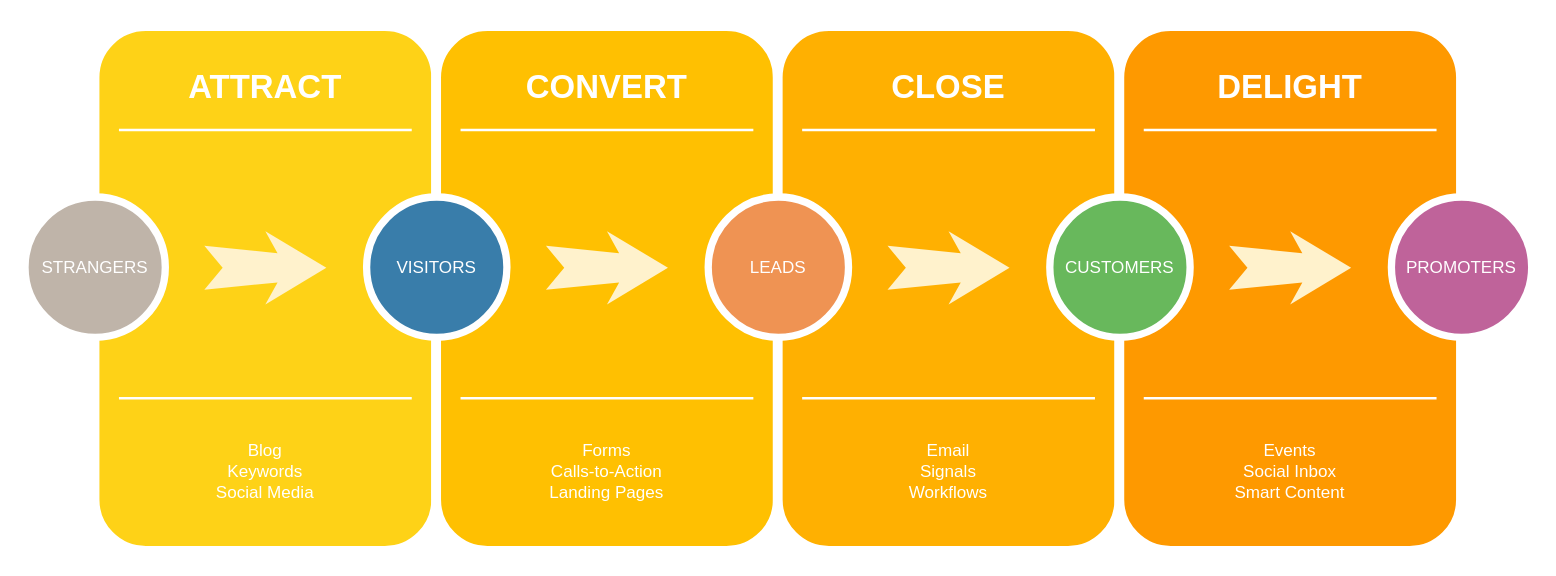
Before: docs/Untitled Diagram.drawio in ambianic/ambianic-edge, a draw.io diagram. Source tidied: cells renumbered, new cells numbered last; positions are measured from the earlier drawing's top-left corner, leaving out a move shared by most shapes. Both pictures are drawn from the tidied source at 122%, with x=0, y=0 at pixel (24, 26).
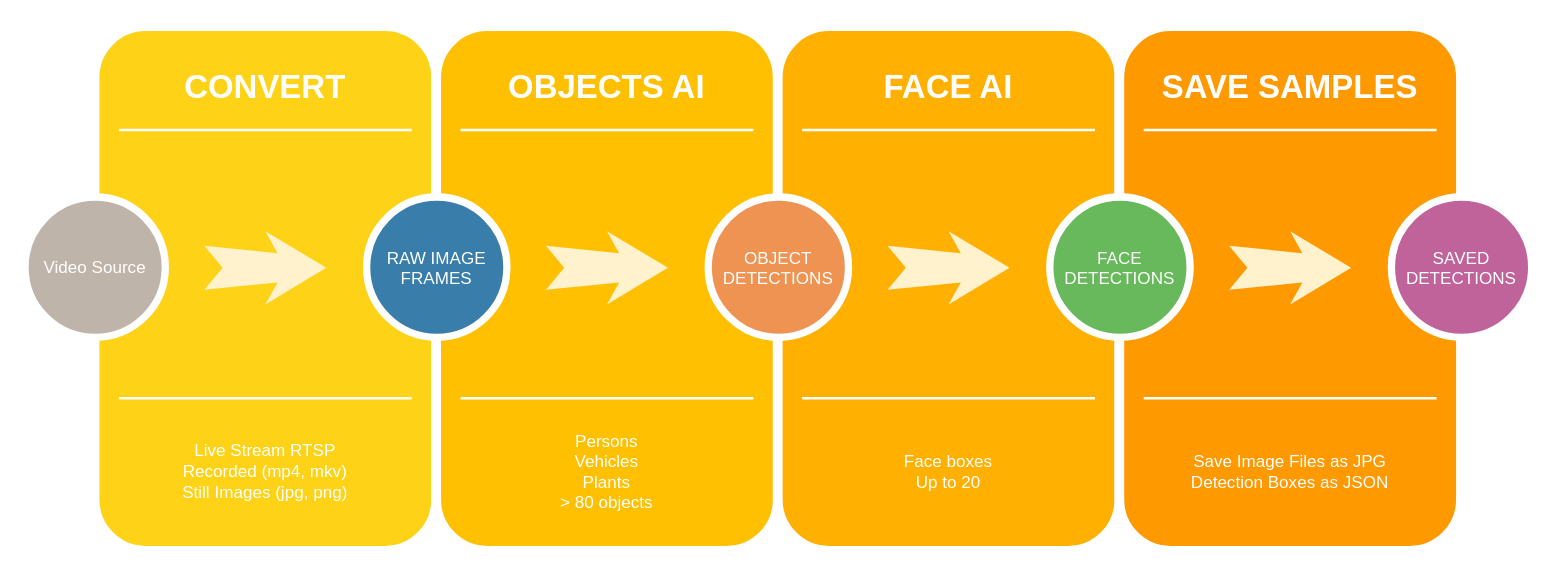
Above is the later version.

Commit message:
Example Ambianic Pipeline.drawio

What changed in the source:
```diff
@@
-    <mxCell id="3" value="ATTRACT" style="text;html=1;strokeColor=none;fillColor=none;align=center;verticalAlign=middle;whiteSpace=wrap;rounded=0;shadow=0;fontSize=27;fontColor=#FFFFFF;fontStyle=1;" parent="1" vertex="1">
+    <mxCell id="3" value="CONVERT" style="text;html=1;strokeColor=none;fillColor=none;align=center;verticalAlign=middle;whiteSpace=wrap;rounded=0;shadow=0;fontSize=27;fontColor=#FFFFFF;fontStyle=1;" parent="1" vertex="1">
       <mxGeometry x="57" y="20" width="280" height="60" as="geometry" />
     </mxCell>
-    <mxCell id="4" value="Blog&lt;div&gt;Keywords&lt;/div&gt;&lt;div&gt;Social Media&lt;/div&gt;" style="text;html=1;strokeColor=none;fillColor=none;align=center;verticalAlign=middle;whiteSpace=wrap;rounded=0;shadow=0;fontSize=14;fontColor=#FFFFFF;" parent="1" vertex="1">
+    <mxCell id="4" value="Live Stream RTSP&lt;div&gt;Recorded (mp4, mkv)&lt;/div&gt;&lt;div&gt;Still Images (jpg, png)&lt;/div&gt;" style="text;html=1;strokeColor=none;fillColor=none;align=center;verticalAlign=middle;whiteSpace=wrap;rounded=0;shadow=0;fontSize=14;fontColor=#FFFFFF;" parent="1" vertex="1">
       <mxGeometry x="57" y="320" width="280" height="90" as="geometry" />
     </mxCell>
@@
-    <mxCell id="7" value="STRANGERS" style="ellipse;whiteSpace=wrap;html=1;rounded=0;shadow=0;strokeWidth=6;fontSize=14;align=center;fillColor=#BFB4A9;strokeColor=#FFFFFF;fontColor=#FFFFFF;" parent="1" vertex="1">
+    <mxCell id="7" value="Video Source" style="ellipse;whiteSpace=wrap;html=1;rounded=0;shadow=0;strokeWidth=6;fontSize=14;align=center;fillColor=#BFB4A9;strokeColor=#FFFFFF;fontColor=#FFFFFF;" parent="1" vertex="1">
       <mxGeometry y="140" width="115" height="115" as="geometry" />
     </mxCell>
@@
-    <mxCell id="10" value="CONVERT" style="text;html=1;strokeColor=none;fillColor=none;align=center;verticalAlign=middle;whiteSpace=wrap;rounded=0;shadow=0;fontSize=27;fontColor=#FFFFFF;fontStyle=1;" parent="1" vertex="1">
+    <mxCell id="10" value="OBJECTS AI" style="text;html=1;strokeColor=none;fillColor=none;align=center;verticalAlign=middle;whiteSpace=wrap;rounded=0;shadow=0;fontSize=27;fontColor=#FFFFFF;fontStyle=1;" parent="1" vertex="1">
       <mxGeometry x="337" y="20" width="280" height="60" as="geometry" />
     </mxCell>
-    <mxCell id="11" value="Forms&lt;div&gt;Calls-to-Action&lt;/div&gt;&lt;div&gt;Landing Pages&lt;/div&gt;" style="text;html=1;strokeColor=none;fillColor=none;align=center;verticalAlign=middle;whiteSpace=wrap;rounded=0;shadow=0;fontSize=14;fontColor=#FFFFFF;" parent="1" vertex="1">
+    <mxCell id="11" value="Persons&lt;br&gt;Vehicles&lt;br&gt;Plants&lt;br&gt;&amp;gt; 80 objects" style="text;html=1;strokeColor=none;fillColor=none;align=center;verticalAlign=middle;whiteSpace=wrap;rounded=0;shadow=0;fontSize=14;fontColor=#FFFFFF;" parent="1" vertex="1">
       <mxGeometry x="337" y="320" width="280" height="90" as="geometry" />
     </mxCell>
@@
-    <mxCell id="14" value="VISITORS" style="ellipse;whiteSpace=wrap;html=1;rounded=0;shadow=0;strokeWidth=6;fontSize=14;align=center;fillColor=#397DAA;strokeColor=#FFFFFF;fontColor=#FFFFFF;" parent="1" vertex="1">
+    <mxCell id="14" value="RAW IMAGE FRAMES" style="ellipse;whiteSpace=wrap;html=1;rounded=0;shadow=0;strokeWidth=6;fontSize=14;align=center;fillColor=#397DAA;strokeColor=#FFFFFF;fontColor=#FFFFFF;" parent="1" vertex="1">
       <mxGeometry x="280" y="140" width="115" height="115" as="geometry" />
     </mxCell>
@@
-    <mxCell id="17" value="CLOSE" style="text;html=1;strokeColor=none;fillColor=none;align=center;verticalAlign=middle;whiteSpace=wrap;rounded=0;shadow=0;fontSize=27;fontColor=#FFFFFF;fontStyle=1;" parent="1" vertex="1">
+    <mxCell id="17" value="FACE AI" style="text;html=1;strokeColor=none;fillColor=none;align=center;verticalAlign=middle;whiteSpace=wrap;rounded=0;shadow=0;fontSize=27;fontColor=#FFFFFF;fontStyle=1;" parent="1" vertex="1">
       <mxGeometry x="617" y="20" width="280" height="60" as="geometry" />
     </mxCell>
-    <mxCell id="18" value="Email&lt;div&gt;Signals&lt;/div&gt;&lt;div&gt;Workflows&lt;/div&gt;" style="text;html=1;strokeColor=none;fillColor=none;align=center;verticalAlign=middle;whiteSpace=wrap;rounded=0;shadow=0;fontSize=14;fontColor=#FFFFFF;" parent="1" vertex="1">
+    <mxCell id="18" value="Face boxes&lt;br&gt;Up to 20" style="text;html=1;strokeColor=none;fillColor=none;align=center;verticalAlign=middle;whiteSpace=wrap;rounded=0;shadow=0;fontSize=14;fontColor=#FFFFFF;" parent="1" vertex="1">
       <mxGeometry x="617" y="320" width="280" height="90" as="geometry" />
     </mxCell>
@@
-    <mxCell id="21" value="LEADS" style="ellipse;whiteSpace=wrap;html=1;rounded=0;shadow=0;strokeWidth=6;fontSize=14;align=center;fillColor=#EF9353;strokeColor=#FFFFFF;fontColor=#FFFFFF;" parent="1" vertex="1">
+    <mxCell id="21" value="OBJECT DETECTIONS" style="ellipse;whiteSpace=wrap;html=1;rounded=0;shadow=0;strokeWidth=6;fontSize=14;align=center;fillColor=#EF9353;strokeColor=#FFFFFF;fontColor=#FFFFFF;" parent="1" vertex="1">
       <mxGeometry x="560" y="140" width="115" height="115" as="geometry" />
     </mxCell>
@@
-    <mxCell id="24" value="DELIGHT" style="text;html=1;strokeColor=none;fillColor=none;align=center;verticalAlign=middle;whiteSpace=wrap;rounded=0;shadow=0;fontSize=27;fontColor=#FFFFFF;fontStyle=1;" parent="1" vertex="1">
+    <mxCell id="24" value="SAVE SAMPLES" style="text;html=1;strokeColor=none;fillColor=none;align=center;verticalAlign=middle;whiteSpace=wrap;rounded=0;shadow=0;fontSize=27;fontColor=#FFFFFF;fontStyle=1;" parent="1" vertex="1">
       <mxGeometry x="897" y="20" width="280" height="60" as="geometry" />
     </mxCell>
-    <mxCell id="25" value="Events&lt;div&gt;Social Inbox&lt;/div&gt;&lt;div&gt;Smart Content&lt;/div&gt;" style="text;html=1;strokeColor=none;fillColor=none;align=center;verticalAlign=middle;whiteSpace=wrap;rounded=0;shadow=0;fontSize=14;fontColor=#FFFFFF;" parent="1" vertex="1">
+    <mxCell id="25" value="Save Image Files as JPG&lt;br&gt;Detection Boxes as JSON" style="text;html=1;strokeColor=none;fillColor=none;align=center;verticalAlign=middle;whiteSpace=wrap;rounded=0;shadow=0;fontSize=14;fontColor=#FFFFFF;" parent="1" vertex="1">
       <mxGeometry x="897" y="320" width="280" height="90" as="geometry" />
     </mxCell>
@@
-    <mxCell id="28" value="CUSTOMERS" style="ellipse;whiteSpace=wrap;html=1;rounded=0;shadow=0;strokeWidth=6;fontSize=14;align=center;fillColor=#68B85C;strokeColor=#FFFFFF;fontColor=#FFFFFF;" parent="1" vertex="1">
+    <mxCell id="28" value="FACE DETECTIONS" style="ellipse;whiteSpace=wrap;html=1;rounded=0;shadow=0;strokeWidth=6;fontSize=14;align=center;fillColor=#68B85C;strokeColor=#FFFFFF;fontColor=#FFFFFF;" parent="1" vertex="1">
       <mxGeometry x="840" y="140" width="115" height="115" as="geometry" />
     </mxCell>
@@
-    <mxCell id="30" value="PROMOTERS" style="ellipse;whiteSpace=wrap;html=1;rounded=0;shadow=0;strokeWidth=6;fontSize=14;align=center;fillColor=#BF639A;strokeColor=#FFFFFF;fontColor=#FFFFFF;" parent="1" vertex="1">
+    <mxCell id="30" value="SAVED DETECTIONS" style="ellipse;whiteSpace=wrap;html=1;rounded=0;shadow=0;strokeWidth=6;fontSize=14;align=center;fillColor=#BF639A;strokeColor=#FFFFFF;fontColor=#FFFFFF;" parent="1" vertex="1">
       <mxGeometry x="1120" y="140" width="115" height="115" as="geometry" />
     </mxCell>
```
